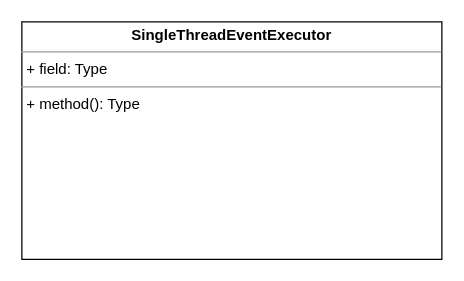
Earlier version of the draw.io diagram netty.drawio (Echidnaaa/draw). Source tidied: cells renumbered, new cells numbered last; positions are measured from the earlier drawing's top-left corner, leaving out a move shared by most shapes. Both pictures are drawn from the tidied source at 125%, with x=0, y=0 at pixel (21, 21).
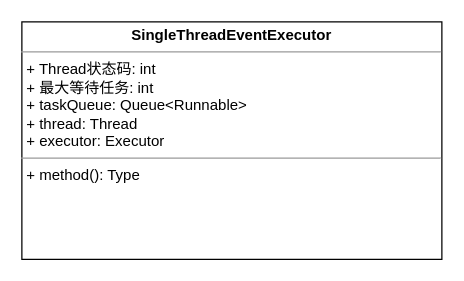
Above is the later version.

What changed in the source:
```diff
@@
 <mxGraphModel>
   <root>
     <mxCell id="0" />
     <mxCell id="1" parent="0" />
-    <mxCell id="2" value="&lt;p style=&quot;margin: 0px ; margin-top: 4px ; text-align: center&quot;&gt;&lt;b&gt;SingleThreadEventExecutor&lt;/b&gt;&lt;/p&gt;&lt;hr size=&quot;1&quot;&gt;&lt;p style=&quot;margin: 0px ; margin-left: 4px&quot;&gt;+ field: Type&lt;/p&gt;&lt;hr size=&quot;1&quot;&gt;&lt;p style=&quot;margin: 0px ; margin-left: 4px&quot;&gt;+ method(): Type&lt;/p&gt;" style="verticalAlign=top;align=left;overflow=fill;fontSize=12;fontFamily=Helvetica;html=1;" parent="1" vertex="1">
+    <mxCell id="2" value="&lt;p style=&quot;margin: 0px ; margin-top: 4px ; text-align: center&quot;&gt;&lt;b&gt;SingleThreadEventExecutor&lt;/b&gt;&lt;/p&gt;&lt;hr size=&quot;1&quot;&gt;&lt;p style=&quot;margin: 0px ; margin-left: 4px&quot;&gt;+ Thread状态码: int&lt;/p&gt;&lt;p style=&quot;margin: 0px ; margin-left: 4px&quot;&gt;+ 最大等待任务: int&lt;/p&gt;&lt;p style=&quot;margin: 0px ; margin-left: 4px&quot;&gt;+ taskQueue: Queue&amp;lt;Runnable&amp;gt;&lt;/p&gt;&lt;p style=&quot;margin: 0px ; margin-left: 4px&quot;&gt;+ thread: Thread&lt;/p&gt;&lt;p style=&quot;margin: 0px ; margin-left: 4px&quot;&gt;+ executor: Executor&lt;/p&gt;&lt;hr size=&quot;1&quot;&gt;&lt;p style=&quot;margin: 0px ; margin-left: 4px&quot;&gt;+ method(): Type&lt;/p&gt;" style="verticalAlign=top;align=left;overflow=fill;fontSize=12;fontFamily=Helvetica;html=1;" parent="1" vertex="1">
       <mxGeometry width="336" height="190" as="geometry" />
     </mxCell>
   </root>
 </mxGraphModel>
```
